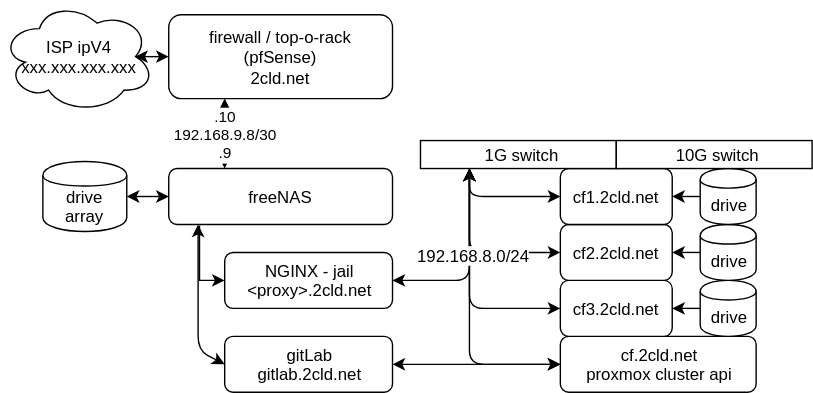
looseleaf/lls-nodejs-test keeps this draw.io diagram as docs/images/lls-infrastructure-diagram.svg. Above is the earlier version. Source tidied: cells renumbered, new cells last; positions are measured from the earlier drawing's top-left corner, leaving out a move shared by most shapes.
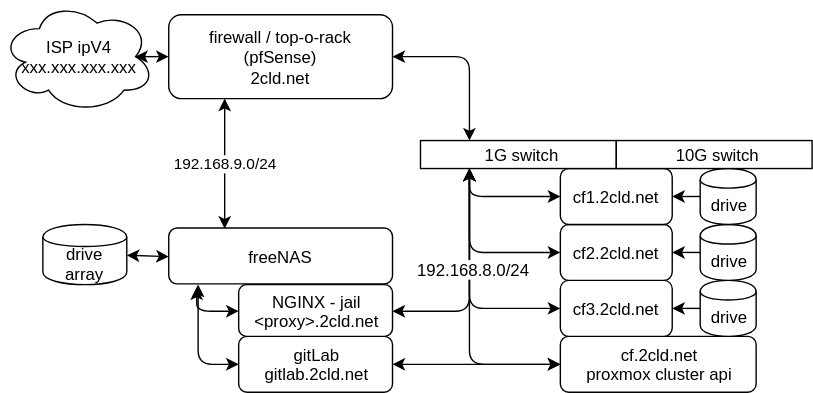
The same file after the commit.

Diff of the diagram source:
```diff
@@ -13,7 +13,7 @@
       <mxGeometry width="110" height="80" as="geometry" />
     </mxCell>
     <mxCell id="4" value="drive&lt;br&gt;array&lt;br&gt;" style="shape=cylinder;whiteSpace=wrap;html=1;boundedLbl=1;backgroundOutline=1;" parent="1" vertex="1">
-      <mxGeometry x="30" y="115" width="60" height="50" as="geometry" />
+      <mxGeometry x="30" y="160" width="60" height="43" as="geometry" />
     </mxCell>
     <mxCell id="5" value="firewall / top-o-rack&lt;br&gt;(pfSense)&lt;br&gt;2cld.net&lt;br&gt;" style="rounded=1;whiteSpace=wrap;html=1;" parent="1" vertex="1">
       <mxGeometry x="120" y="10" width="160" height="60" as="geometry" />
@@ -21,32 +21,25 @@
     <mxCell id="6" style="endArrow=classic;startArrow=classic;html=1;entryX=0;entryY=0.5;entryDx=0;entryDy=0;exitX=0.875;exitY=0.5;exitDx=0;exitDy=0;exitPerimeter=0;" parent="1" edge="1" source="3" target="5">
       <mxGeometry relative="1" as="geometry" />
     </mxCell>
-    <mxCell id="7" style="edgeStyle=orthogonalEdgeStyle;rounded=0;jettySize=auto;html=1;entryX=0;entryY=0.5;entryDx=0;entryDy=0;exitX=0.138;exitY=1.033;exitDx=0;exitDy=0;exitPerimeter=0;" parent="1" edge="1" source="8" target="12">
-      <mxGeometry relative="1" as="geometry">
-        <Array as="points">
-          <mxPoint x="142" y="200" />
-        </Array>
-      </mxGeometry>
-    </mxCell>
     <mxCell id="8" value="freeNAS" style="rounded=1;whiteSpace=wrap;html=1;" parent="1" vertex="1">
-      <mxGeometry x="120" y="120" width="160" height="40" as="geometry" />
+      <mxGeometry x="120" y="162.5" width="160" height="40" as="geometry" />
     </mxCell>
     <mxCell id="9" style="endArrow=classic;startArrow=classic;html=1;entryX=0;entryY=0.5;entryDx=0;entryDy=0;exitX=1;exitY=0.5;exitDx=0;exitDy=0;" parent="1" edge="1" source="4" target="8">
       <mxGeometry relative="1" as="geometry" />
     </mxCell>
-    <mxCell id="10" value=".10&lt;br&gt;192.168.9.8/30&lt;br&gt;.9&lt;br&gt;" style="endArrow=classic;startArrow=classic;html=1;entryX=0.25;entryY=1;entryDx=0;entryDy=0;exitX=0.25;exitY=0;exitDx=0;exitDy=0;" parent="1" edge="1" source="8" target="5">
+    <mxCell id="10" value="192.168.9.0/24&lt;br&gt;" style="endArrow=classic;startArrow=classic;html=1;entryX=0.25;entryY=1;entryDx=0;entryDy=0;exitX=0.25;exitY=0;exitDx=0;exitDy=0;" parent="1" edge="1" source="8" target="5">
       <mxGeometry relative="1" as="geometry" />
     </mxCell>
     <mxCell id="11" value="gitLab&lt;br&gt;gitlab.2cld.net&lt;br&gt;" style="rounded=1;whiteSpace=wrap;html=1;" parent="1" vertex="1">
-      <mxGeometry x="160" y="240" width="120" height="40" as="geometry" />
+      <mxGeometry x="170" y="240" width="110" height="40" as="geometry" />
     </mxCell>
     <mxCell id="12" value="NGINX - jail&lt;br&gt;&amp;lt;proxy&amp;gt;.2cld.net&lt;br&gt;" style="rounded=1;whiteSpace=wrap;html=1;" parent="1" vertex="1">
-      <mxGeometry x="160" y="180" width="120" height="40" as="geometry" />
+      <mxGeometry x="170" y="203" width="110" height="37" as="geometry" />
     </mxCell>
     <mxCell id="13" style="endArrow=classic;startArrow=classic;html=1;entryX=0.131;entryY=1;entryDx=0;entryDy=0;exitX=0;exitY=0.5;exitDx=0;exitDy=0;entryPerimeter=0;" parent="1" edge="1" source="11" target="8">
       <mxGeometry relative="1" as="geometry">
         <Array as="points">
-          <mxPoint x="141" y="250" />
+          <mxPoint x="141" y="260" />
         </Array>
       </mxGeometry>
     </mxCell>
@@ -113,7 +106,7 @@
     <mxCell id="31" style="endArrow=classic;startArrow=classic;html=1;entryX=1;entryY=0.5;entryDx=0;entryDy=0;exitX=0.25;exitY=1;exitDx=0;exitDy=0;" parent="1" edge="1" source="29" target="12">
       <mxGeometry relative="1" as="geometry">
         <Array as="points">
-          <mxPoint x="335" y="200" />
+          <mxPoint x="335" y="222" />
         </Array>
       </mxGeometry>
     </mxCell>
@@ -130,5 +123,19 @@
         </Array>
       </mxGeometry>
     </mxCell>
+    <mxCell id="7" style="endArrow=classic;startArrow=classic;html=1;entryX=0;entryY=0.5;entryDx=0;entryDy=0;exitX=0.125;exitY=1.063;exitDx=0;exitDy=0;exitPerimeter=0;" parent="1" edge="1" source="8" target="12">
+      <mxGeometry relative="1" as="geometry">
+        <Array as="points">
+          <mxPoint x="140" y="222" />
+        </Array>
+      </mxGeometry>
+    </mxCell>
+    <mxCell id="35" style="endArrow=classic;startArrow=classic;html=1;entryX=1;entryY=0.5;entryDx=0;entryDy=0;exitX=0.25;exitY=0;exitDx=0;exitDy=0;" parent="1" edge="1" source="29" target="5">
+      <mxGeometry relative="1" as="geometry">
+        <Array as="points">
+          <mxPoint x="335" y="40" />
+        </Array>
+      </mxGeometry>
+    </mxCell>
   </root>
 </mxGraphModel>
```
